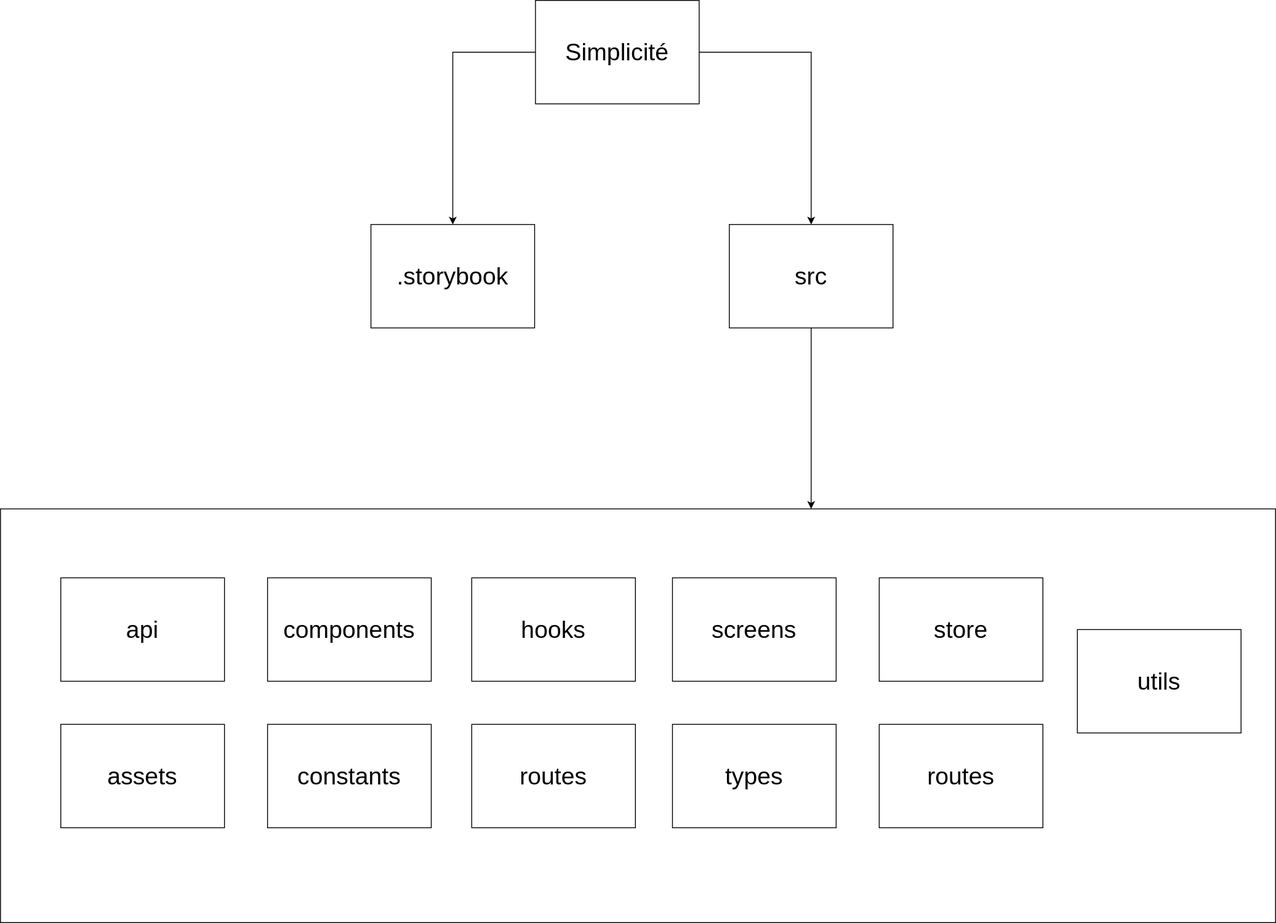
Above: src/assets/organization.svg in pedro-candido/store (draw.io), before the change. Source tidied: cells renumbered, new cells last; positions are measured from the earlier drawing's top-left corner, leaving out a move shared by most shapes.
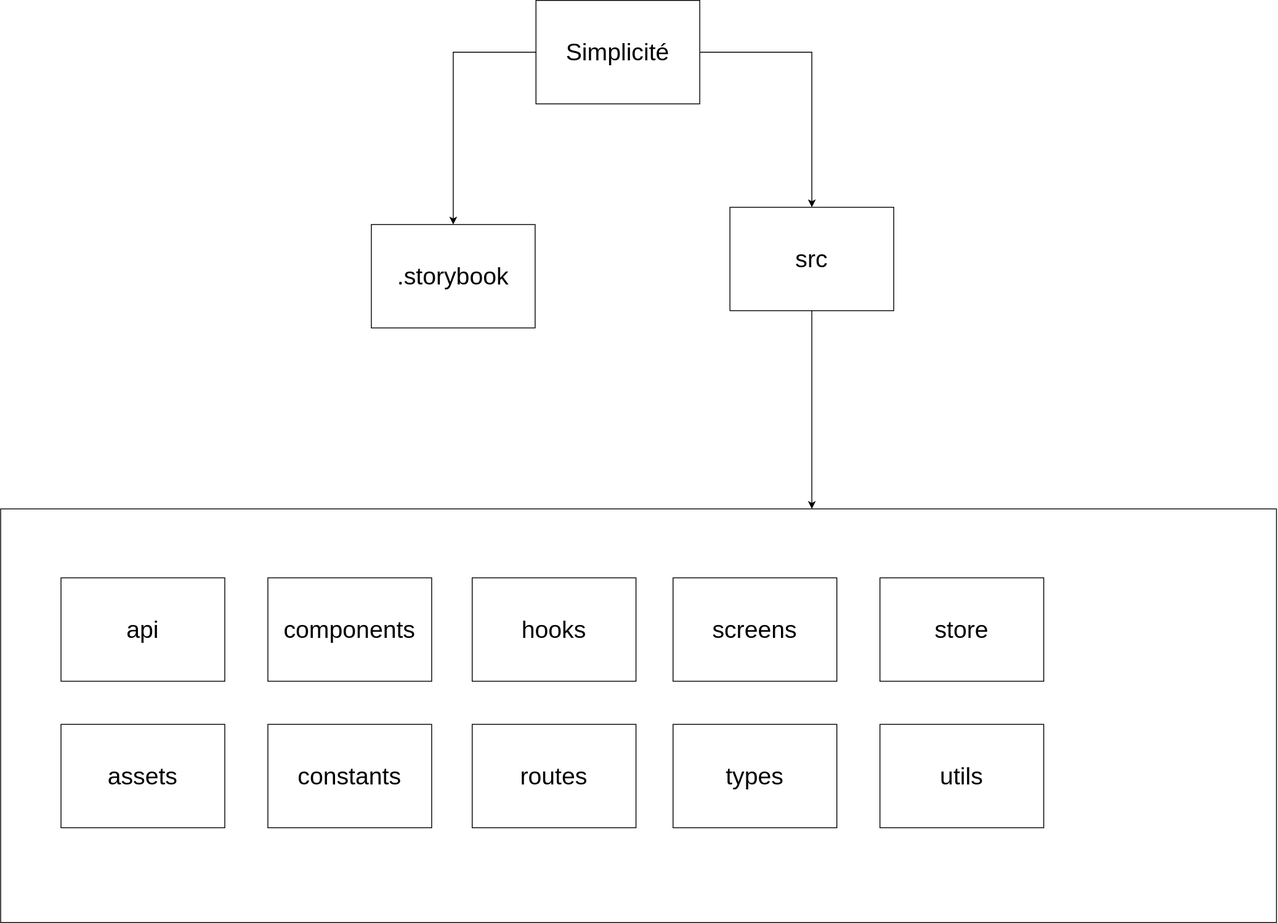
Later version of the same file.

Change to the diagram source:
```diff
@@ -1,4 +1,4 @@
-<mxGraphModel background="#FFFFFF">
+<mxGraphModel>
   <root>
     <mxCell id="0" />
     <mxCell id="1" parent="0" />
@@ -26,7 +26,7 @@
       </mxGeometry>
     </mxCell>
     <mxCell id="8" value="&lt;font style=&quot;font-size: 28px;&quot;&gt;src&lt;/font&gt;" style="rounded=0;whiteSpace=wrap;html=1;" parent="1" vertex="1">
-      <mxGeometry x="846" y="260" width="190" height="120" as="geometry" />
+      <mxGeometry x="846" y="240" width="190" height="120" as="geometry" />
     </mxCell>
     <mxCell id="9" value="&lt;font style=&quot;font-size: 28px;&quot;&gt;hooks&lt;/font&gt;" style="rounded=0;whiteSpace=wrap;html=1;" parent="1" vertex="1">
       <mxGeometry x="547" y="670" width="190" height="120" as="geometry" />
@@ -49,11 +49,8 @@
     <mxCell id="15" value="&lt;font style=&quot;font-size: 28px;&quot;&gt;screens&lt;/font&gt;" style="rounded=0;whiteSpace=wrap;html=1;" parent="1" vertex="1">
       <mxGeometry x="780" y="670" width="190" height="120" as="geometry" />
     </mxCell>
-    <mxCell id="16" value="&lt;font style=&quot;font-size: 28px;&quot;&gt;routes&lt;/font&gt;" style="rounded=0;whiteSpace=wrap;html=1;" parent="1" vertex="1">
-      <mxGeometry x="1020" y="840" width="190" height="120" as="geometry" />
-    </mxCell>
     <mxCell id="17" value="&lt;font style=&quot;font-size: 28px;&quot;&gt;utils&lt;/font&gt;" style="rounded=0;whiteSpace=wrap;html=1;" parent="1" vertex="1">
-      <mxGeometry x="1250" y="730" width="190" height="120" as="geometry" />
+      <mxGeometry x="1020" y="840" width="190" height="120" as="geometry" />
     </mxCell>
     <mxCell id="18" value="&lt;font style=&quot;font-size: 28px;&quot;&gt;store&lt;/font&gt;" style="rounded=0;whiteSpace=wrap;html=1;" parent="1" vertex="1">
       <mxGeometry x="1020" y="670" width="190" height="120" as="geometry" />
```
